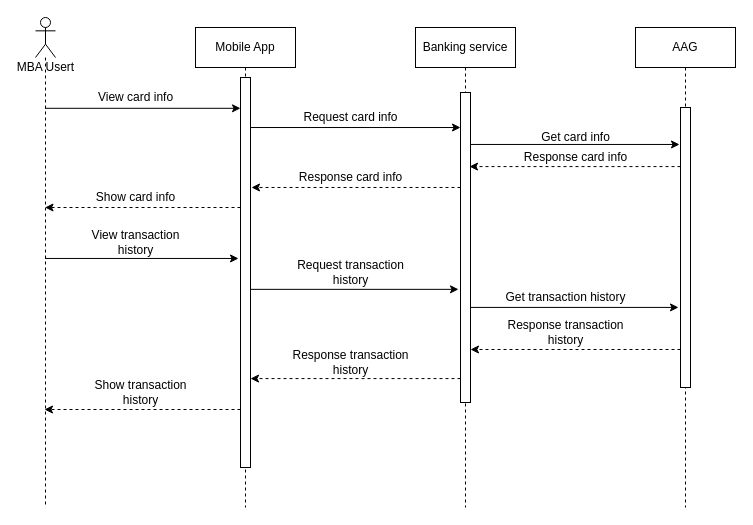
This is page "View-card" (6 of 14) of Sequence Diagram.drawio from lyminh1994/diagram, a draw.io file, before an edit. Source tidied: cells renumbered, new cells numbered last; positions are measured from the earlier drawing's top-left corner, leaving out a move shared by most shapes. Both pictures are drawn from the tidied source at 100%, with x=0, y=0 at pixel (35, 17).
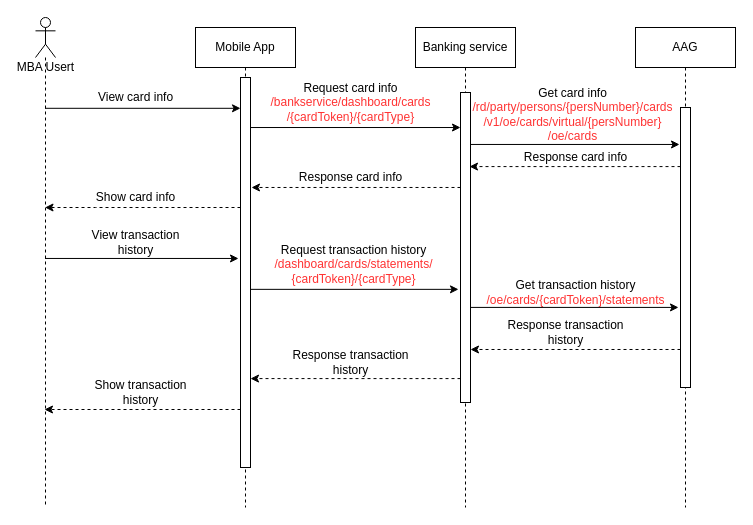
Above is the later version.

What changed in the source:
```diff
@@
-    <mxCell id="8" value="Request card info" style="text;html=1;align=center;verticalAlign=middle;strokeColor=none;" parent="1" vertex="1">
-      <mxGeometry x="260" y="90" width="110" height="20" as="geometry" />
+    <mxCell id="8" value="Request card info&lt;br&gt;&lt;font color=&quot;#ff3333&quot;&gt;/bankservice/dashboard/cards&lt;br&gt;/{cardToken}/{cardType}&lt;/font&gt;" style="text;html=1;align=center;verticalAlign=middle;strokeColor=none;" parent="1" vertex="1">
+      <mxGeometry x="225" y="60" width="180" height="50" as="geometry" />
     </mxCell>
-    <mxCell id="9" value="Get card info" style="text;html=1;align=center;verticalAlign=middle;strokeColor=none;" parent="1" vertex="1">
-      <mxGeometry x="500" y="110" width="80" height="20" as="geometry" />
+    <mxCell id="9" value="Get card info&lt;br&gt;&lt;font color=&quot;#ff3333&quot;&gt;/rd/party/persons/{persNumber}/cards&lt;br&gt;&lt;/font&gt;&lt;div&gt;&lt;font color=&quot;#ff3333&quot;&gt;/v1/oe/cards/virtual/{persNumber}&lt;/font&gt;&lt;/div&gt;&lt;div&gt;&lt;font color=&quot;#ff3333&quot;&gt;/oe/cards&lt;br&gt;&lt;/font&gt;&lt;/div&gt;" style="text;html=1;align=center;verticalAlign=middle;strokeColor=none;" parent="1" vertex="1">
+      <mxGeometry x="427" y="67" width="220" height="60" as="geometry" />
     </mxCell>
@@
-    <mxCell id="11" value="Get transaction history" style="text;html=1;align=center;verticalAlign=middle;strokeColor=none;" parent="1" vertex="1">
-      <mxGeometry x="460" y="270" width="140" height="20" as="geometry" />
+    <mxCell id="11" value="Get transaction history&lt;br&gt;&lt;span style=&quot;color: rgb(255 , 51 , 51)&quot;&gt;/oe/cards/{cardToken}/statements&lt;/span&gt;" style="text;html=1;align=center;verticalAlign=middle;strokeColor=none;" parent="1" vertex="1">
+      <mxGeometry x="445" y="260" width="190" height="30" as="geometry" />
     </mxCell>
@@
-    <mxCell id="17" value="Request transaction&lt;br&gt;history" style="text;html=1;align=center;verticalAlign=middle;strokeColor=none;" parent="1" vertex="1">
-      <mxGeometry x="255" y="240" width="120" height="30" as="geometry" />
+    <mxCell id="17" value="Request transaction history&lt;br&gt;&lt;font color=&quot;#ff3333&quot;&gt;/dashboard/cards/statements/&lt;br&gt;{cardToken}/{cardType}&lt;/font&gt;" style="text;html=1;align=center;verticalAlign=middle;strokeColor=none;" parent="1" vertex="1">
+      <mxGeometry x="233" y="222" width="170" height="50" as="geometry" />
     </mxCell>
```
